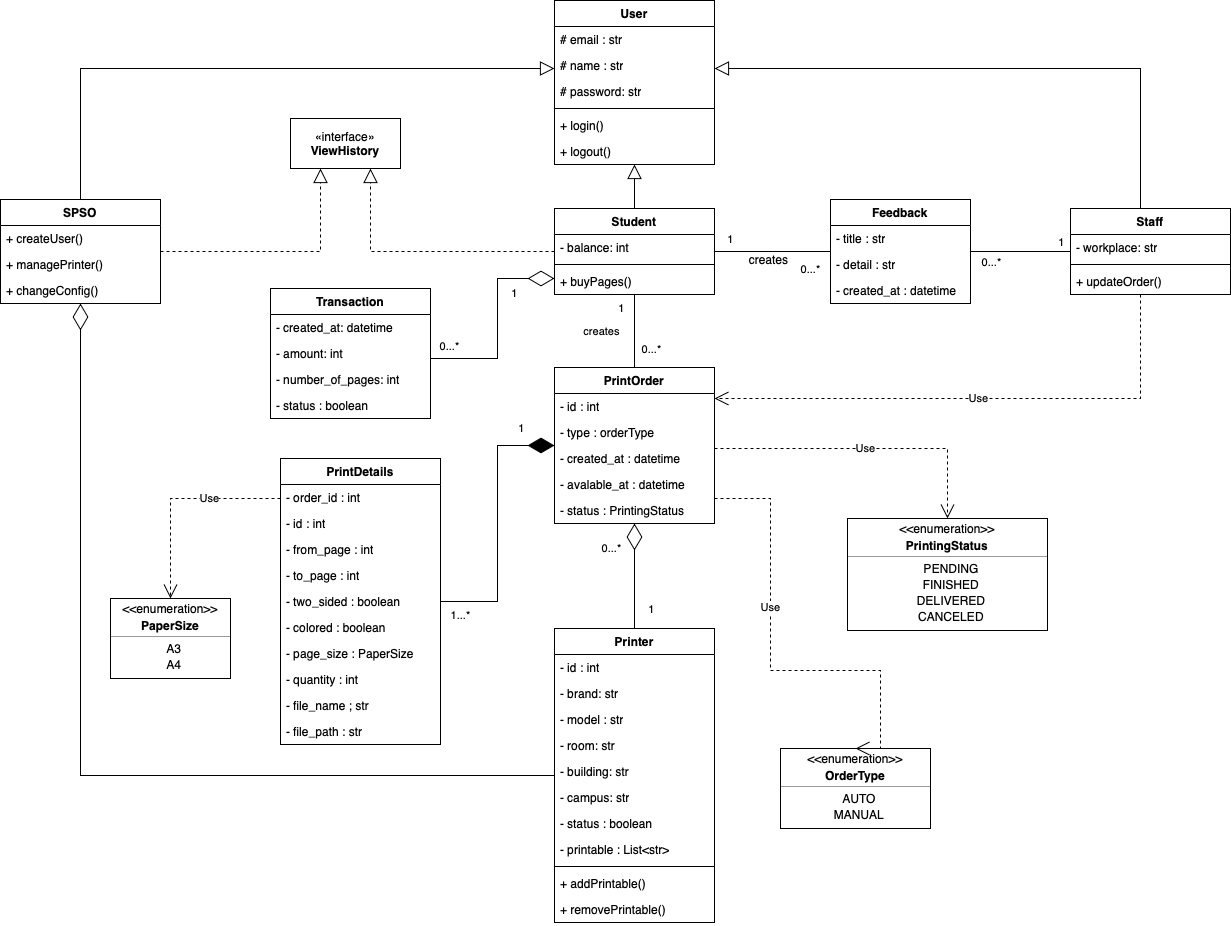
Above: domain-model.drawio.png in blueonline07/test-somth (draw.io), before the change. Source tidied: cells renumbered, new cells last; positions are measured from the earlier drawing's top-left corner, leaving out a move shared by most shapes.
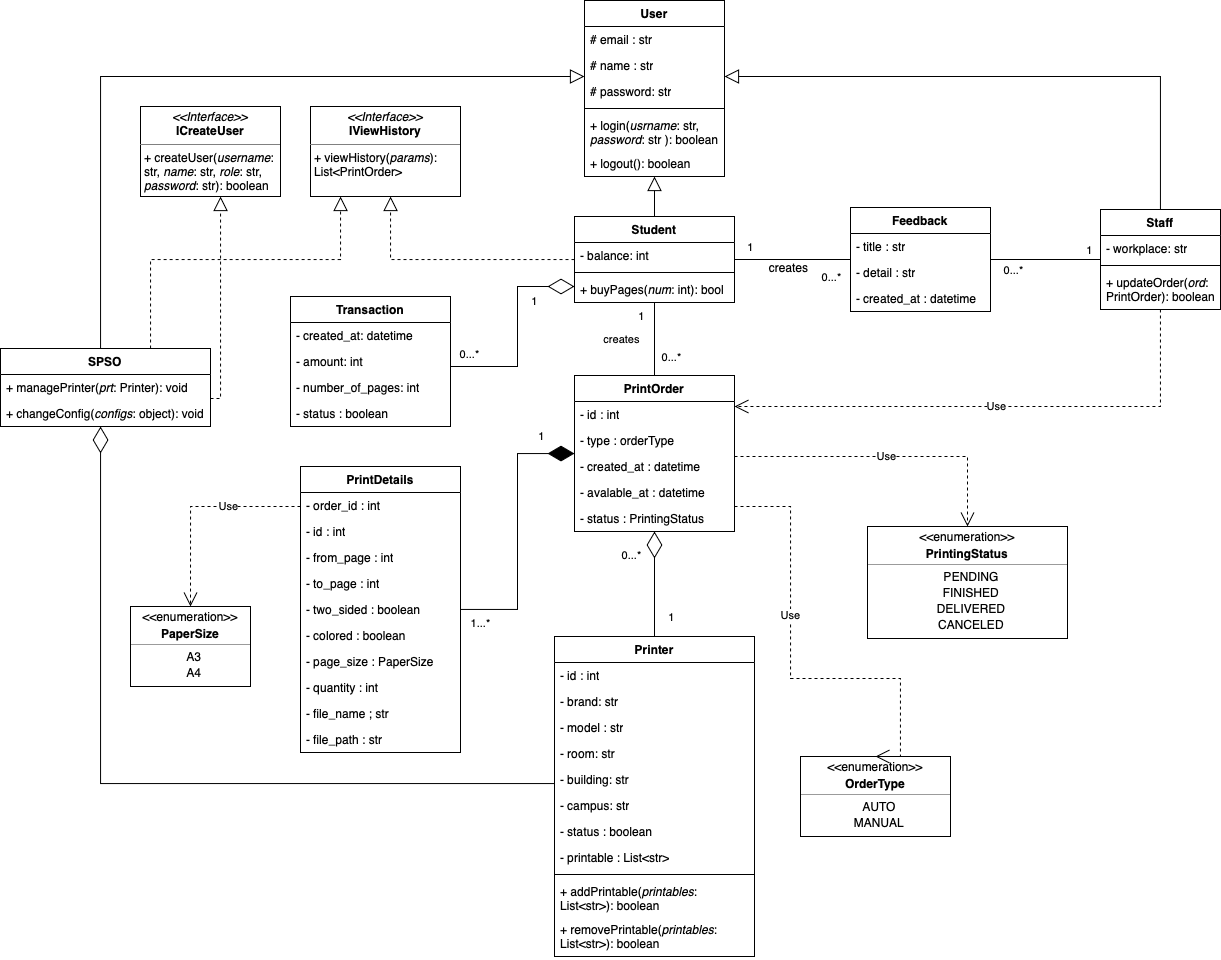
Above is the later version.

Change to the diagram source:
```diff
@@ -3,25 +3,25 @@
     <mxCell id="0" />
     <mxCell id="1" parent="0" />
     <mxCell id="2" value="User" style="swimlane;fontStyle=1;align=center;verticalAlign=top;horizontal=1;startSize=26;whiteSpace=wrap;html=1;" parent="1" vertex="1">
-      <mxGeometry x="554" width="160" height="164" as="geometry" />
+      <mxGeometry x="564" y="-8" width="140" height="176" as="geometry" />
     </mxCell>
     <mxCell id="3" value="# email : str&lt;span style=&quot;caret-color: rgba(0, 0, 0, 0); color: rgba(0, 0, 0, 0); font-family: monospace; font-size: 0px; white-space: nowrap;&quot;&gt;%3CmxGraphModel%3E%3Croot%3E%3CmxCell%20id%3D%220%22%2F%3E%3CmxCell%20id%3D%221%22%20parent%3D%220%22%2F%3E%3CmxCell%20id%3D%222%22%20value%3D%22%22%20style%3D%22endArrow%3Dnone%3Bhtml%3D1%3Brounded%3D0%3B%22%20edge%3D%221%22%20parent%3D%221%22%3E%3CmxGeometry%20relative%3D%221%22%20as%3D%22geometry%22%3E%3CmxPoint%20x%3D%22860%22%20y%3D%22515%22%20as%3D%22sourcePoint%22%2F%3E%3CmxPoint%20x%3D%22860%22%20y%3D%22404%22%20as%3D%22targetPoint%22%2F%3E%3C%2FmxGeometry%3E%3C%2FmxCell%3E%3C%2Froot%3E%3C%2FmxGraphModel%3E&lt;/span&gt;" style="text;strokeColor=none;fillColor=none;align=left;verticalAlign=top;spacingLeft=4;spacingRight=4;overflow=hidden;whiteSpace=wrap;html=1;" parent="2" vertex="1">
-      <mxGeometry y="26" width="160" height="26" as="geometry" />
+      <mxGeometry y="26" width="140" height="26" as="geometry" />
     </mxCell>
     <mxCell id="4" value="# name : str" style="text;strokeColor=none;fillColor=none;align=left;verticalAlign=top;spacingLeft=4;spacingRight=4;overflow=hidden;whiteSpace=wrap;html=1;" parent="2" vertex="1">
-      <mxGeometry y="52" width="160" height="26" as="geometry" />
+      <mxGeometry y="52" width="140" height="26" as="geometry" />
     </mxCell>
     <mxCell id="5" value="# password: str" style="text;strokeColor=none;fillColor=none;align=left;verticalAlign=top;spacingLeft=4;spacingRight=4;overflow=hidden;whiteSpace=wrap;html=1;" parent="2" vertex="1">
-      <mxGeometry y="78" width="160" height="26" as="geometry" />
+      <mxGeometry y="78" width="140" height="26" as="geometry" />
     </mxCell>
     <mxCell id="6" style="line;strokeWidth=1;fillColor=none;align=left;verticalAlign=middle;spacingTop=-1;spacingLeft=3;spacingRight=3;labelPosition=right;strokeColor=inherit;" parent="2" vertex="1">
-      <mxGeometry y="104" width="160" height="8" as="geometry" />
+      <mxGeometry y="104" width="140" height="8" as="geometry" />
     </mxCell>
-    <mxCell id="7" value="+ login()" style="text;strokeColor=none;fillColor=none;align=left;verticalAlign=top;spacingLeft=4;spacingRight=4;overflow=hidden;whiteSpace=wrap;html=1;" parent="2" vertex="1">
-      <mxGeometry y="112" width="160" height="26" as="geometry" />
+    <mxCell id="7" value="+ login(&lt;i&gt;usrname&lt;/i&gt;: str, &lt;i&gt;password&lt;/i&gt;: str ): boolean" style="text;strokeColor=none;fillColor=none;align=left;verticalAlign=top;spacingLeft=4;spacingRight=4;overflow=hidden;whiteSpace=wrap;html=1;" parent="2" vertex="1">
+      <mxGeometry y="112" width="140" height="38" as="geometry" />
     </mxCell>
-    <mxCell id="8" value="+ logout()" style="text;strokeColor=none;fillColor=none;align=left;verticalAlign=top;spacingLeft=4;spacingRight=4;overflow=hidden;whiteSpace=wrap;html=1;" parent="2" vertex="1">
-      <mxGeometry y="138" width="160" height="26" as="geometry" />
+    <mxCell id="8" value="+ logout(): boolean" style="text;strokeColor=none;fillColor=none;align=left;verticalAlign=top;spacingLeft=4;spacingRight=4;overflow=hidden;whiteSpace=wrap;html=1;" parent="2" vertex="1">
+      <mxGeometry y="150" width="140" height="26" as="geometry" />
     </mxCell>
     <mxCell id="9" value="Student" style="swimlane;fontStyle=1;align=center;verticalAlign=top;horizontal=1;startSize=26;whiteSpace=wrap;html=1;" parent="1" vertex="1">
       <mxGeometry x="554" y="208" width="160" height="86" as="geometry" />
@@ -32,20 +32,20 @@
     <mxCell id="11" style="line;strokeWidth=1;fillColor=none;align=left;verticalAlign=middle;spacingTop=-1;spacingLeft=3;spacingRight=3;labelPosition=right;strokeColor=inherit;" parent="9" vertex="1">
       <mxGeometry y="52" width="160" height="8" as="geometry" />
     </mxCell>
-    <mxCell id="12" value="+ buyPages()" style="text;strokeColor=none;fillColor=none;align=left;verticalAlign=top;spacingLeft=4;spacingRight=4;overflow=hidden;whiteSpace=wrap;html=1;" parent="9" vertex="1">
+    <mxCell id="12" value="+ buyPages(&lt;i&gt;num&lt;/i&gt;: int): bool" style="text;strokeColor=none;fillColor=none;align=left;verticalAlign=top;spacingLeft=4;spacingRight=4;overflow=hidden;whiteSpace=wrap;html=1;" parent="9" vertex="1">
       <mxGeometry y="60" width="160" height="26" as="geometry" />
     </mxCell>
     <mxCell id="13" value="Staff" style="swimlane;fontStyle=1;align=center;verticalAlign=top;horizontal=1;startSize=26;whiteSpace=wrap;html=1;" parent="1" vertex="1">
-      <mxGeometry x="1070" y="208" width="160" height="86" as="geometry" />
+      <mxGeometry x="1080" y="201" width="120" height="100" as="geometry" />
     </mxCell>
     <mxCell id="14" value="- workplace: str" style="text;strokeColor=none;fillColor=none;align=left;verticalAlign=top;spacingLeft=4;spacingRight=4;overflow=hidden;whiteSpace=wrap;html=1;" parent="13" vertex="1">
-      <mxGeometry y="26" width="160" height="26" as="geometry" />
+      <mxGeometry y="26" width="120" height="26" as="geometry" />
     </mxCell>
     <mxCell id="15" style="line;strokeWidth=1;fillColor=none;align=left;verticalAlign=middle;spacingTop=-1;spacingLeft=3;spacingRight=3;labelPosition=right;strokeColor=inherit;" parent="13" vertex="1">
-      <mxGeometry y="52" width="160" height="8" as="geometry" />
+      <mxGeometry y="52" width="120" height="8" as="geometry" />
     </mxCell>
-    <mxCell id="16" value="+ updateOrder()" style="text;strokeColor=none;fillColor=none;align=left;verticalAlign=top;spacingLeft=4;spacingRight=4;overflow=hidden;whiteSpace=wrap;html=1;" parent="13" vertex="1">
-      <mxGeometry y="60" width="160" height="26" as="geometry" />
+    <mxCell id="16" value="+ updateOrder(&lt;i&gt;ord&lt;/i&gt;: PrintOrder): boolean" style="text;strokeColor=none;fillColor=none;align=left;verticalAlign=top;spacingLeft=4;spacingRight=4;overflow=hidden;whiteSpace=wrap;html=1;" parent="13" vertex="1">
+      <mxGeometry y="60" width="120" height="40" as="geometry" />
     </mxCell>
     <mxCell id="17" value="PrintOrder" style="swimlane;fontStyle=1;align=center;verticalAlign=top;horizontal=1;startSize=26;whiteSpace=wrap;html=1;" parent="1" vertex="1">
       <mxGeometry x="554" y="367" width="160" height="156" as="geometry" />
@@ -66,40 +66,40 @@
       <mxGeometry y="130" width="160" height="26" as="geometry" />
     </mxCell>
     <mxCell id="23" value="Printer" style="swimlane;fontStyle=1;align=center;verticalAlign=top;horizontal=1;startSize=26;whiteSpace=wrap;html=1;" parent="1" vertex="1">
-      <mxGeometry x="554" y="628" width="160" height="294" as="geometry" />
+      <mxGeometry x="534" y="628" width="200" height="320" as="geometry" />
     </mxCell>
     <mxCell id="24" value="- id : int" style="text;strokeColor=none;fillColor=none;align=left;verticalAlign=top;spacingLeft=4;spacingRight=4;overflow=hidden;whiteSpace=wrap;html=1;" parent="23" vertex="1">
-      <mxGeometry y="26" width="160" height="26" as="geometry" />
+      <mxGeometry y="26" width="200" height="26" as="geometry" />
     </mxCell>
     <mxCell id="25" value="- brand: str" style="text;strokeColor=none;fillColor=none;align=left;verticalAlign=top;spacingLeft=4;spacingRight=4;overflow=hidden;whiteSpace=wrap;html=1;" parent="23" vertex="1">
-      <mxGeometry y="52" width="160" height="26" as="geometry" />
+      <mxGeometry y="52" width="200" height="26" as="geometry" />
     </mxCell>
     <mxCell id="26" value="- model : str" style="text;strokeColor=none;fillColor=none;align=left;verticalAlign=top;spacingLeft=4;spacingRight=4;overflow=hidden;whiteSpace=wrap;html=1;" parent="23" vertex="1">
-      <mxGeometry y="78" width="160" height="26" as="geometry" />
+      <mxGeometry y="78" width="200" height="26" as="geometry" />
     </mxCell>
     <mxCell id="27" value="- room: str" style="text;strokeColor=none;fillColor=none;align=left;verticalAlign=top;spacingLeft=4;spacingRight=4;overflow=hidden;whiteSpace=wrap;html=1;" parent="23" vertex="1">
-      <mxGeometry y="104" width="160" height="26" as="geometry" />
+      <mxGeometry y="104" width="200" height="26" as="geometry" />
     </mxCell>
     <mxCell id="28" value="- building: str" style="text;strokeColor=none;fillColor=none;align=left;verticalAlign=top;spacingLeft=4;spacingRight=4;overflow=hidden;whiteSpace=wrap;html=1;" parent="23" vertex="1">
-      <mxGeometry y="130" width="160" height="26" as="geometry" />
+      <mxGeometry y="130" width="200" height="26" as="geometry" />
     </mxCell>
     <mxCell id="29" value="- campus: str" style="text;strokeColor=none;fillColor=none;align=left;verticalAlign=top;spacingLeft=4;spacingRight=4;overflow=hidden;whiteSpace=wrap;html=1;" parent="23" vertex="1">
-      <mxGeometry y="156" width="160" height="26" as="geometry" />
+      <mxGeometry y="156" width="200" height="26" as="geometry" />
     </mxCell>
     <mxCell id="30" value="- status : boolean" style="text;strokeColor=none;fillColor=none;align=left;verticalAlign=top;spacingLeft=4;spacingRight=4;overflow=hidden;whiteSpace=wrap;html=1;" parent="23" vertex="1">
-      <mxGeometry y="182" width="160" height="26" as="geometry" />
+      <mxGeometry y="182" width="200" height="26" as="geometry" />
     </mxCell>
     <mxCell id="31" value="- printable : List&amp;lt;str&amp;gt;" style="text;strokeColor=none;fillColor=none;align=left;verticalAlign=top;spacingLeft=4;spacingRight=4;overflow=hidden;whiteSpace=wrap;html=1;" parent="23" vertex="1">
-      <mxGeometry y="208" width="160" height="26" as="geometry" />
+      <mxGeometry y="208" width="200" height="26" as="geometry" />
     </mxCell>
     <mxCell id="32" style="line;strokeWidth=1;fillColor=none;align=left;verticalAlign=middle;spacingTop=-1;spacingLeft=3;spacingRight=3;labelPosition=right;strokeColor=inherit;" parent="23" vertex="1">
-      <mxGeometry y="234" width="160" height="8" as="geometry" />
+      <mxGeometry y="234" width="200" height="8" as="geometry" />
     </mxCell>
-    <mxCell id="33" value="+ addPrintable()" style="text;strokeColor=none;fillColor=none;align=left;verticalAlign=top;spacingLeft=4;spacingRight=4;overflow=hidden;whiteSpace=wrap;html=1;" parent="23" vertex="1">
-      <mxGeometry y="242" width="160" height="26" as="geometry" />
+    <mxCell id="33" value="+ addPrintable(&lt;i&gt;printables&lt;/i&gt;: List&amp;lt;str&amp;gt;): boolean" style="text;strokeColor=none;fillColor=none;align=left;verticalAlign=top;spacingLeft=4;spacingRight=4;overflow=hidden;whiteSpace=wrap;html=1;" parent="23" vertex="1">
+      <mxGeometry y="242" width="200" height="38" as="geometry" />
     </mxCell>
-    <mxCell id="34" value="+ removePrintable()" style="text;strokeColor=none;fillColor=none;align=left;verticalAlign=top;spacingLeft=4;spacingRight=4;overflow=hidden;whiteSpace=wrap;html=1;" parent="23" vertex="1">
-      <mxGeometry y="268" width="160" height="26" as="geometry" />
+    <mxCell id="34" value="+ removePrintable(&lt;i&gt;printables&lt;/i&gt;: List&amp;lt;str&amp;gt;): boolean" style="text;strokeColor=none;fillColor=none;align=left;verticalAlign=top;spacingLeft=4;spacingRight=4;overflow=hidden;whiteSpace=wrap;html=1;" parent="23" vertex="1">
+      <mxGeometry y="280" width="200" height="40" as="geometry" />
     </mxCell>
     <mxCell id="35" value="PrintDetails" style="swimlane;fontStyle=1;align=center;verticalAlign=top;horizontal=1;startSize=26;whiteSpace=wrap;html=1;" parent="1" vertex="1">
       <mxGeometry x="280" y="458" width="160" height="286" as="geometry" />
@@ -334,16 +334,13 @@
       </mxGeometry>
     </mxCell>
     <mxCell id="100" value="SPSO" style="swimlane;fontStyle=1;align=center;verticalAlign=top;horizontal=1;startSize=26;whiteSpace=wrap;html=1;" parent="1" vertex="1">
-      <mxGeometry y="199" width="160" height="104" as="geometry" />
+      <mxGeometry x="-20" y="340" width="210" height="78" as="geometry" />
     </mxCell>
-    <mxCell id="101" value="+ createUser()" style="text;strokeColor=none;fillColor=none;align=left;verticalAlign=top;spacingLeft=4;spacingRight=4;overflow=hidden;whiteSpace=wrap;html=1;" parent="100" vertex="1">
-      <mxGeometry y="26" width="160" height="26" as="geometry" />
-    </mxCell>
-    <mxCell id="102" value="+ managePrinter()" style="text;strokeColor=none;fillColor=none;align=left;verticalAlign=top;spacingLeft=4;spacingRight=4;overflow=hidden;whiteSpace=wrap;html=1;" parent="100" vertex="1">
-      <mxGeometry y="52" width="160" height="26" as="geometry" />
+    <mxCell id="102" value="+ managePrinter(&lt;i&gt;prt&lt;/i&gt;: Printer): void" style="text;strokeColor=none;fillColor=none;align=left;verticalAlign=top;spacingLeft=4;spacingRight=4;overflow=hidden;whiteSpace=wrap;html=1;" parent="100" vertex="1">
+      <mxGeometry y="26" width="210" height="26" as="geometry" />
     </mxCell>
-    <mxCell id="103" value="+ changeConfig()" style="text;strokeColor=none;fillColor=none;align=left;verticalAlign=top;spacingLeft=4;spacingRight=4;overflow=hidden;whiteSpace=wrap;html=1;" parent="100" vertex="1">
-      <mxGeometry y="78" width="160" height="26" as="geometry" />
+    <mxCell id="103" value="+ changeConfig(&lt;i&gt;configs&lt;/i&gt;: object): void" style="text;strokeColor=none;fillColor=none;align=left;verticalAlign=top;spacingLeft=4;spacingRight=4;overflow=hidden;whiteSpace=wrap;html=1;" parent="100" vertex="1">
+      <mxGeometry y="52" width="210" height="26" as="geometry" />
     </mxCell>
     <mxCell id="104" style="html=1;endSize=12;endArrow=block;endFill=0;rounded=0;edgeStyle=orthogonalEdgeStyle;" parent="1" edge="1" source="100" target="2">
       <mxGeometry relative="1" as="geometry">
@@ -366,19 +363,17 @@
         </Array>
       </mxGeometry>
     </mxCell>
-    <mxCell id="107" value="«interface»&lt;br&gt;&lt;b&gt;ViewHistory&lt;/b&gt;" style="html=1;whiteSpace=wrap;" parent="1" vertex="1">
-      <mxGeometry x="290" y="118" width="110" height="50" as="geometry" />
-    </mxCell>
-    <mxCell id="108" style="endArrow=block;dashed=1;endFill=0;endSize=12;html=1;rounded=0;edgeStyle=orthogonalEdgeStyle;" parent="1" edge="1" source="9" target="107">
+    <mxCell id="108" style="endArrow=block;dashed=1;endFill=0;endSize=12;html=1;rounded=0;edgeStyle=orthogonalEdgeStyle;" parent="1" edge="1" source="9" target="114">
       <mxGeometry relative="1" as="geometry">
         <Array as="points">
           <mxPoint x="370" y="251" />
         </Array>
       </mxGeometry>
     </mxCell>
-    <mxCell id="109" style="endArrow=block;dashed=1;endFill=0;endSize=12;html=1;rounded=0;edgeStyle=orthogonalEdgeStyle;" parent="1" edge="1" source="100" target="107">
+    <mxCell id="109" style="endArrow=block;dashed=1;endFill=0;endSize=12;html=1;rounded=0;edgeStyle=orthogonalEdgeStyle;" parent="1" edge="1" source="100" target="114">
       <mxGeometry relative="1" as="geometry">
         <Array as="points">
+          <mxPoint x="130" y="251" />
           <mxPoint x="320" y="251" />
         </Array>
       </mxGeometry>
@@ -408,5 +403,18 @@
         <mxPoint x="-1" as="offset" />
       </mxGeometry>
     </mxCell>
+    <mxCell id="113" value="&lt;p style=&quot;margin:0px;margin-top:4px;text-align:center;&quot;&gt;&lt;i&gt;&amp;lt;&amp;lt;Interface&amp;gt;&amp;gt;&lt;/i&gt;&lt;br&gt;&lt;b&gt;ICreateUser&lt;/b&gt;&lt;/p&gt;&lt;hr size=&quot;1&quot; style=&quot;border-style:solid;&quot;&gt;&lt;p style=&quot;margin:0px;margin-left:4px;&quot;&gt;+ createUser(&lt;i&gt;username&lt;/i&gt;: str, &lt;i&gt;name&lt;/i&gt;: str, &lt;i&gt;role&lt;/i&gt;: str, &lt;i&gt;password&lt;/i&gt;: str): boolean&lt;/p&gt;" style="verticalAlign=top;align=left;overflow=fill;html=1;whiteSpace=wrap;" parent="1" vertex="1">
+      <mxGeometry x="120" y="98" width="140" height="90" as="geometry" />
+    </mxCell>
+    <mxCell id="114" value="&lt;p style=&quot;margin:0px;margin-top:4px;text-align:center;&quot;&gt;&lt;i&gt;&amp;lt;&amp;lt;Interface&amp;gt;&amp;gt;&lt;/i&gt;&lt;br&gt;&lt;b&gt;IViewHistory&lt;/b&gt;&lt;/p&gt;&lt;hr size=&quot;1&quot; style=&quot;border-style:solid;&quot;&gt;&lt;p style=&quot;margin:0px;margin-left:4px;&quot;&gt;+ viewHistory(&lt;i&gt;params&lt;/i&gt;): List&amp;lt;PrintOrder&amp;gt;&lt;/p&gt;" style="verticalAlign=top;align=left;overflow=fill;html=1;whiteSpace=wrap;" parent="1" vertex="1">
+      <mxGeometry x="290" y="98" width="150" height="90" as="geometry" />
+    </mxCell>
+    <mxCell id="115" style="endArrow=block;dashed=1;endFill=0;endSize=12;html=1;rounded=0;fontSize=12;edgeStyle=orthogonalEdgeStyle;" parent="1" edge="1" source="100" target="113">
+      <mxGeometry relative="1" as="geometry">
+        <Array as="points">
+          <mxPoint x="200" y="390" />
+        </Array>
+      </mxGeometry>
+    </mxCell>
   </root>
 </mxGraphModel>
```
